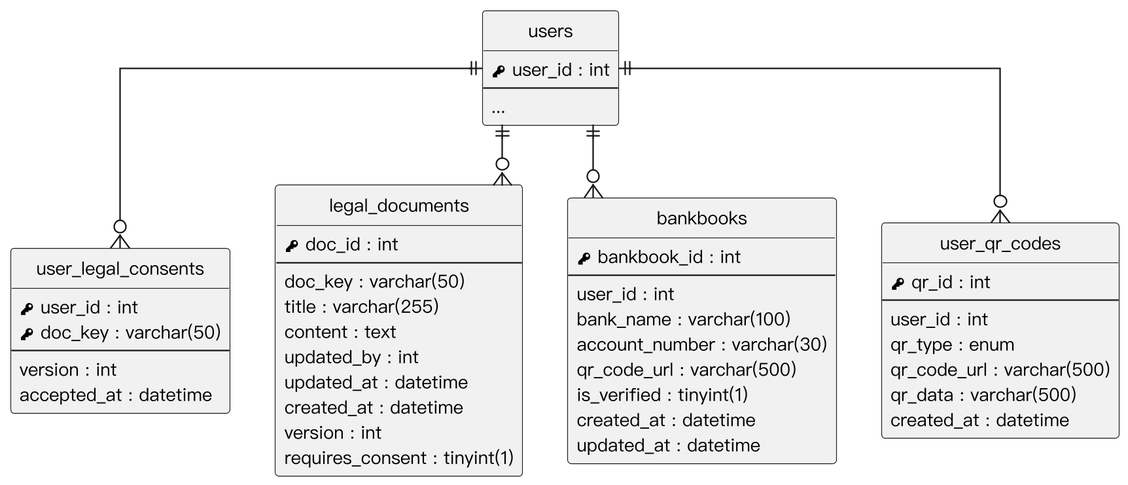
Earlier version of the PlantUML export Diagrams/Relational Tables/v3/er_account_consents.png (SaveMyBook/SaveMyBook).
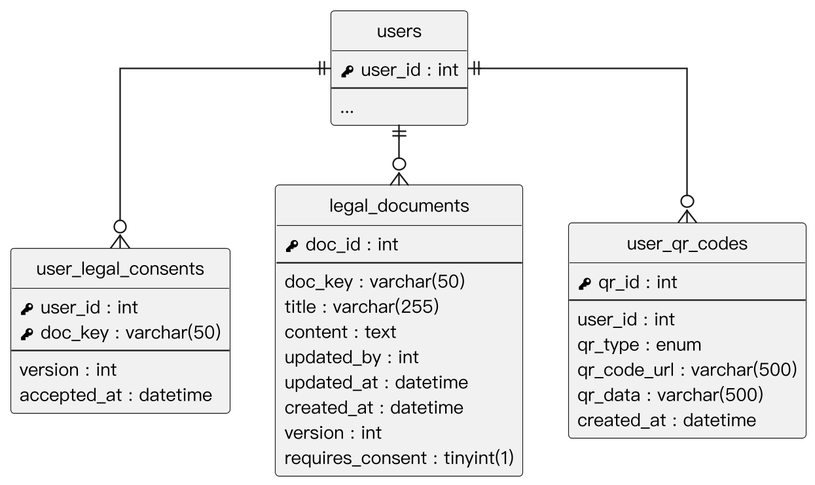
Later version of the same file.

The edit, as a diff of the source:
```diff
@@ -34,17 +34,6 @@
   {field} version : int
   {field} requires_consent : tinyint(1)
 }
-entity "bankbooks" as bankbooks {
-  {field} <&key> bankbook_id : int
-  --
-  {field} user_id : int
-  {field} bank_name : varchar(100)
-  {field} account_number : varchar(30)
-  {field} qr_code_url : varchar(500)
-  {field} is_verified : tinyint(1)
-  {field} created_at : datetime
-  {field} updated_at : datetime
-}
 entity "user_qr_codes" as user_qr_codes {
   {field} <&key> qr_id : int
   --
@@ -56,6 +45,5 @@
 }
 users ||--o{ user_legal_consents
 users ||--o{ legal_documents
-users ||--o{ bankbooks
 users ||--o{ user_qr_codes
 @enduml
```
